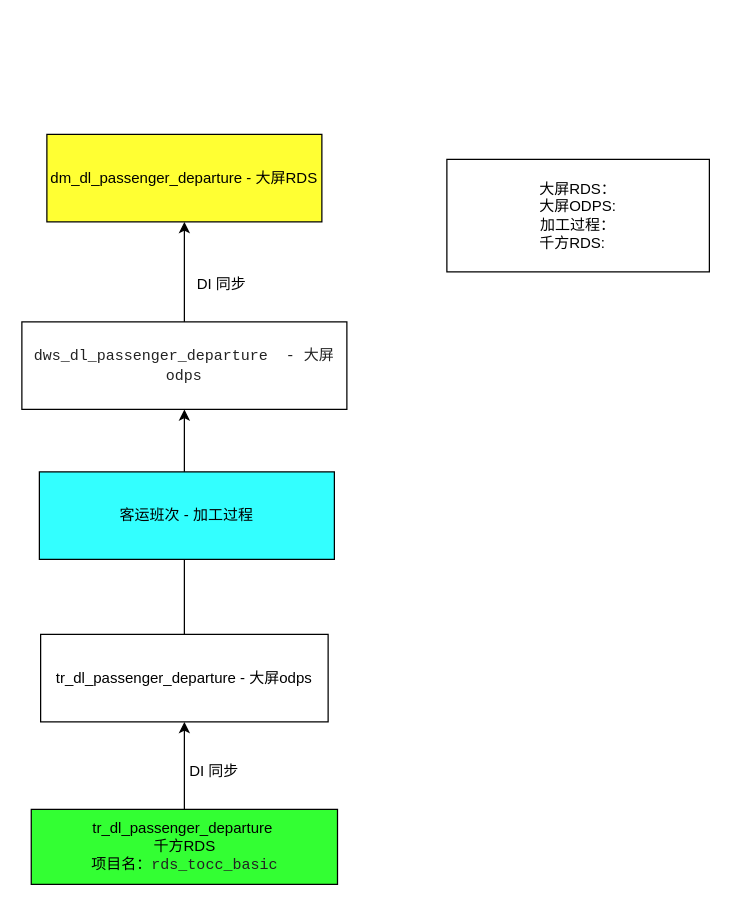
Before: page "客运班次" (1 of 2) of 未命名绘图.drawio in leioulin/freess, a draw.io diagram. Source tidied: cells renumbered, new cells numbered last; positions are measured from the earlier drawing's top-left corner, leaving out a move shared by most shapes. Both pictures are drawn from the tidied source at 125%, with x=0, y=0 at pixel (21, 134).
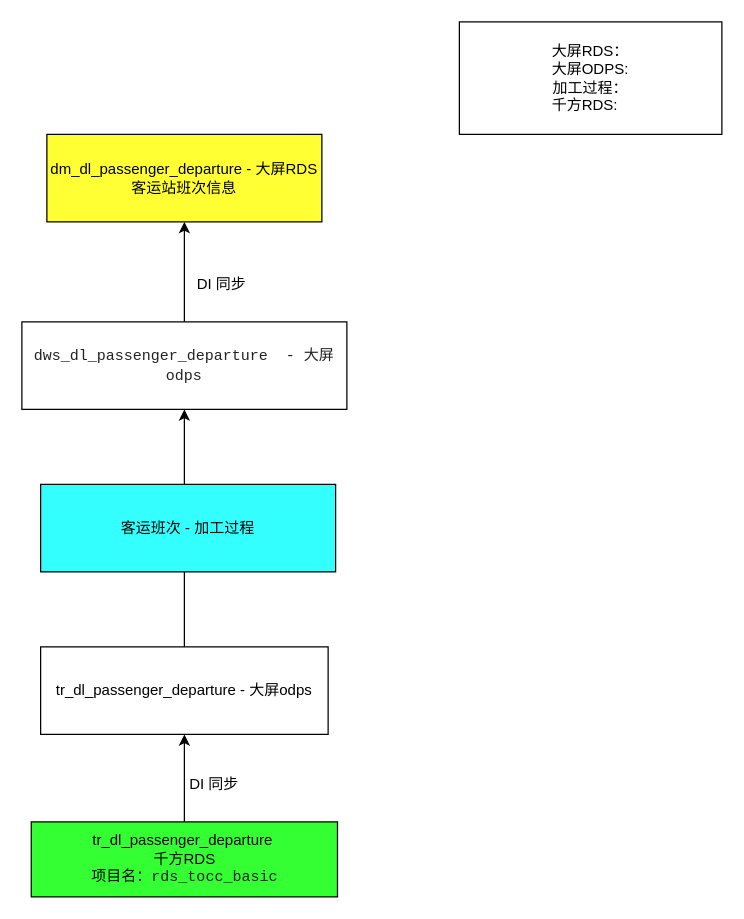
The same diagram, later.

Commit message:
更新未命名绘图.drawio

Change to the diagram source:
```diff
@@
 <mxGraphModel>
   <root>
     <mxCell id="0" />
     <mxCell id="1" parent="0" />
-    <mxCell id="2" value="dm_dl_passenger_departure - 大屏RDS" style="rounded=0;whiteSpace=wrap;html=1;fillColor=#FFFF33;" parent="1" vertex="1">
+    <mxCell id="2" value="dm_dl_passenger_departure - 大屏RDS&lt;br&gt;客运站班次信息" style="rounded=0;whiteSpace=wrap;html=1;fillColor=#FFFF33;" parent="1" vertex="1">
       <mxGeometry x="20" width="220" height="70" as="geometry" />
     </mxCell>
     <mxCell id="3" style="edgeStyle=orthogonalEdgeStyle;rounded=0;jettySize=auto;html=1;entryX=0.5;entryY=1;entryDx=0;entryDy=0;" parent="1" edge="1" source="4" target="2">
       <mxGeometry relative="1" as="geometry" />
     </mxCell>
     <mxCell id="4" value="&lt;span style=&quot;color: rgb(34 , 34 , 34) ; font-family: &amp;#34;consolas&amp;#34; , &amp;#34;lucida console&amp;#34; , &amp;#34;courier new&amp;#34; , monospace ; text-align: left&quot;&gt;dws_dl_passenger_departure&amp;nbsp; - 大屏odps&lt;/span&gt;" style="rounded=0;whiteSpace=wrap;html=1;" parent="1" vertex="1">
       <mxGeometry y="150" width="260" height="70" as="geometry" />
     </mxCell>
     <mxCell id="5" value="DI 同步" style="text;html=1;strokeColor=none;fillColor=none;align=center;verticalAlign=middle;whiteSpace=wrap;rounded=0;" parent="1" vertex="1">
       <mxGeometry x="130" y="110" width="60" height="20" as="geometry" />
     </mxCell>
     <mxCell id="6" style="edgeStyle=orthogonalEdgeStyle;rounded=0;jettySize=auto;html=1;entryX=0.5;entryY=1;entryDx=0;entryDy=0;" parent="1" edge="1" source="7" target="4">
       <mxGeometry relative="1" as="geometry" />
     </mxCell>
     <mxCell id="7" value="tr_dl_passenger_departure - 大屏odps" style="rounded=0;whiteSpace=wrap;html=1;" parent="1" vertex="1">
-      <mxGeometry x="15" y="400" width="230" height="70" as="geometry" />
+      <mxGeometry x="15" y="410" width="230" height="70" as="geometry" />
     </mxCell>
     <mxCell id="8" style="edgeStyle=orthogonalEdgeStyle;rounded=0;jettySize=auto;html=1;entryX=0.5;entryY=1;entryDx=0;entryDy=0;" parent="1" edge="1" source="9" target="7">
       <mxGeometry relative="1" as="geometry" />
     </mxCell>
     <mxCell id="9" value="tr_dl_passenger_departure&amp;nbsp;&lt;br&gt;千方RDS&lt;br&gt;项目名：&lt;span style=&quot;color: rgb(34 , 34 , 34) ; font-family: &amp;#34;consolas&amp;#34; , &amp;#34;lucida console&amp;#34; , &amp;#34;courier new&amp;#34; , monospace ; text-align: left&quot;&gt;rds_tocc_basic&lt;/span&gt;" style="rounded=0;whiteSpace=wrap;html=1;fillColor=#33FF33;" parent="1" vertex="1">
-      <mxGeometry x="7.5" y="540" width="245" height="60" as="geometry" />
+      <mxGeometry x="7.5" y="550" width="245" height="60" as="geometry" />
     </mxCell>
     <mxCell id="10" value="DI 同步" style="text;html=1;strokeColor=none;fillColor=none;align=center;verticalAlign=middle;whiteSpace=wrap;rounded=0;" parent="1" vertex="1">
-      <mxGeometry x="124" y="500" width="60" height="20" as="geometry" />
+      <mxGeometry x="124" y="510" width="60" height="20" as="geometry" />
     </mxCell>
     <mxCell id="11" value="客运班次 - 加工过程" style="rounded=0;whiteSpace=wrap;html=1;fillColor=#33FFFF;" parent="1" vertex="1">
-      <mxGeometry x="14" y="270" width="236" height="70" as="geometry" />
+      <mxGeometry x="15" y="280" width="236" height="70" as="geometry" />
     </mxCell>
     <mxCell id="12" value="大屏RDS：&lt;br&gt;大屏ODPS:&lt;br&gt;加工过程：&lt;br&gt;&lt;div style=&quot;text-align: left&quot;&gt;&lt;span&gt;千方RDS:&lt;/span&gt;&lt;/div&gt;" style="rounded=0;whiteSpace=wrap;html=1;fillColor=#FFFFFF;" parent="1" vertex="1">
-      <mxGeometry x="340" y="20" width="210" height="90" as="geometry" />
+      <mxGeometry x="350" y="-90" width="210" height="90" as="geometry" />
     </mxCell>
   </root>
 </mxGraphModel>
```
